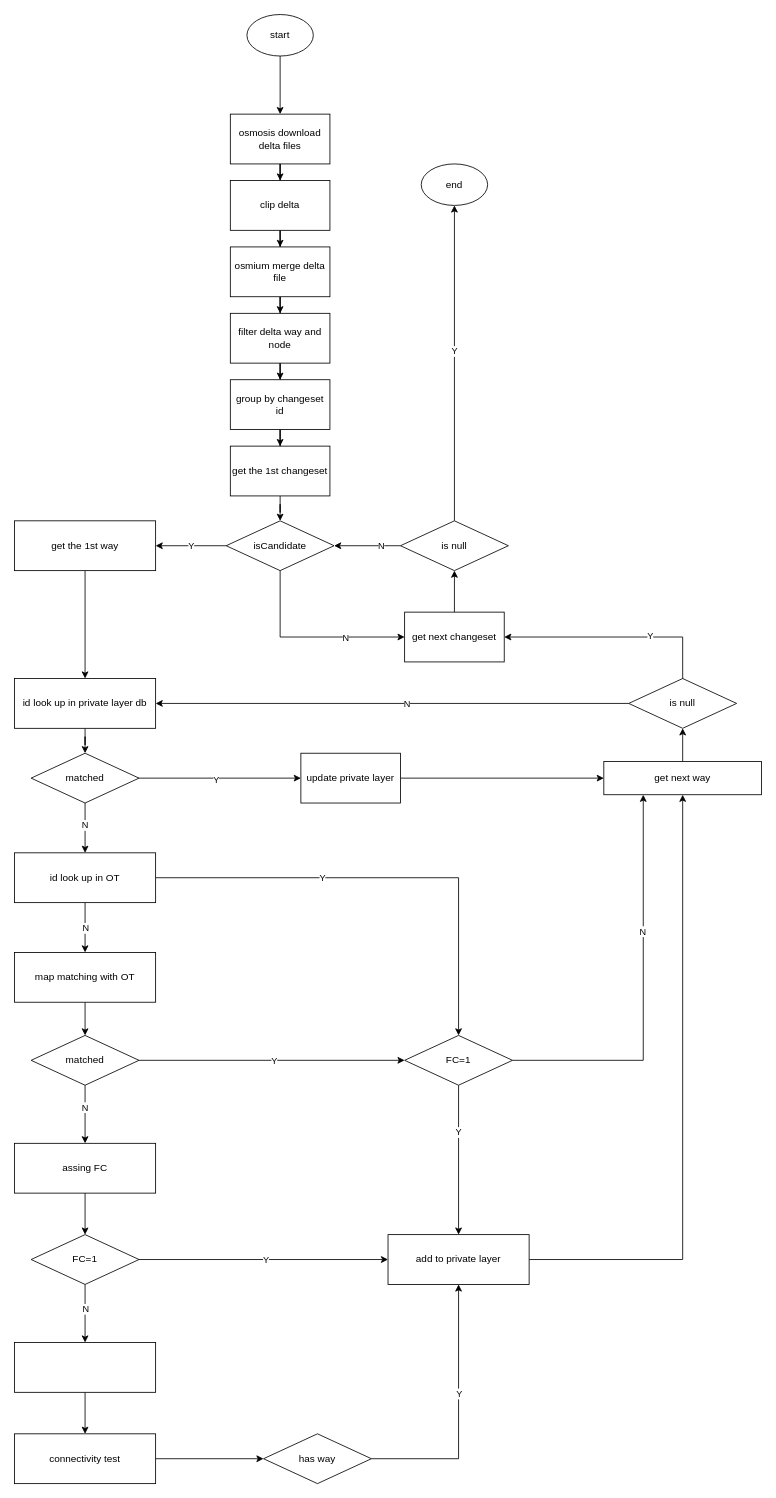
472542625/drawio keeps this draw.io diagram as expired fc changeset.drawio. Above is the earlier version. Source tidied: cells renumbered, new cells numbered last; positions are measured from the earlier drawing's top-left corner, leaving out a move shared by most shapes. Both pictures are drawn from the tidied source at 83%, with x=0, y=0 at pixel (14, 14).
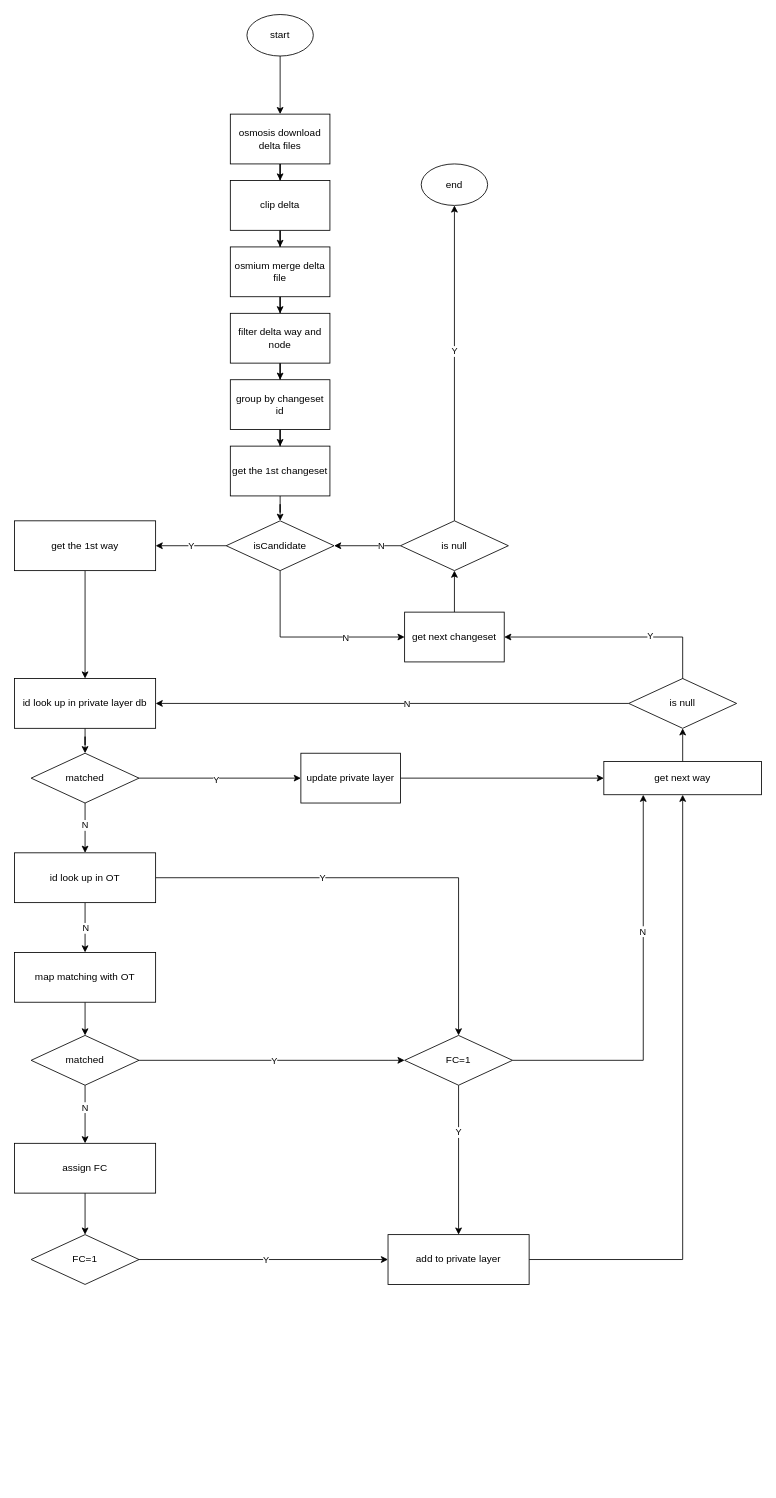
Above is the later version.

Unchanged cells that the change refers to:
```xml
<mxCell id="55" value="FC=1" style="rhombus;whiteSpace=wrap;html=1;" parent="1" vertex="1">
  <mxGeometry x="20" y="1470" width="130" height="60" as="geometry" />
</mxCell>
<mxCell id="57" value="add to private layer" style="whiteSpace=wrap;html=1;" parent="1" vertex="1">
  <mxGeometry x="450" y="1470" width="170" height="60" as="geometry" />
</mxCell>
```

What changed in the source:
```diff
@@
-    <mxCell id="50" value="assing FC" style="whiteSpace=wrap;html=1;" parent="1" vertex="1">
+    <mxCell id="50" value="assign FC" style="whiteSpace=wrap;html=1;" parent="1" vertex="1">
       <mxGeometry y="1360" width="170" height="60" as="geometry" />
     </mxCell>
@@
-    <mxCell id="53" style="edgeStyle=orthogonalEdgeStyle;rounded=0;jettySize=auto;html=1;" parent="1" edge="1" source="55" target="74">
-      <mxGeometry relative="1" as="geometry" />
-    </mxCell>
-    <mxCell id="54" value="N" style="edgeLabel;html=1;align=center;verticalAlign=middle;" parent="53" vertex="1">
-      <mxGeometry x="-0.17" relative="1" as="geometry" />
-    </mxCell>
@@
-    <mxCell id="73" style="edgeStyle=orthogonalEdgeStyle;rounded=0;jettySize=auto;html=1;entryX=0.5;entryY=0;entryDx=0;entryDy=0;" parent="1" edge="1" source="74" target="76">
-      <mxGeometry relative="1" as="geometry" />
-    </mxCell>
-    <mxCell id="74" style="whiteSpace=wrap;html=1;" parent="1" vertex="1">
-      <mxGeometry y="1600" width="170" height="60" as="geometry" />
-    </mxCell>
-    <mxCell id="75" style="edgeStyle=orthogonalEdgeStyle;rounded=0;jettySize=auto;html=1;" parent="1" edge="1" source="76" target="79">
-      <mxGeometry relative="1" as="geometry" />
-    </mxCell>
-    <mxCell id="76" value="connectivity test" style="whiteSpace=wrap;html=1;" parent="1" vertex="1">
-      <mxGeometry y="1710" width="170" height="60" as="geometry" />
-    </mxCell>
-    <mxCell id="77" style="edgeStyle=orthogonalEdgeStyle;rounded=0;jettySize=auto;html=1;entryX=0.5;entryY=1;entryDx=0;entryDy=0;" parent="1" edge="1" source="79" target="57">
-      <mxGeometry relative="1" as="geometry" />
-    </mxCell>
-    <mxCell id="78" value="Y" style="edgeLabel;html=1;align=center;verticalAlign=middle;" parent="77" vertex="1">
-      <mxGeometry x="0.17" relative="1" as="geometry" />
-    </mxCell>
-    <mxCell id="79" value="has way" style="rhombus;whiteSpace=wrap;html=1;" parent="1" vertex="1">
-      <mxGeometry x="300" y="1710" width="130" height="60" as="geometry" />
-    </mxCell>
```
